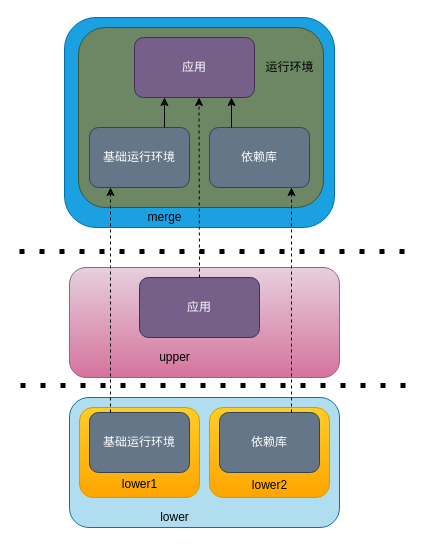
This is page "第 3 页" (3 of 3) of appcomparch.drawio from Doorer/draw.io-1, a draw.io file, before an edit. Source tidied: cells renumbered, new cells numbered last; positions are measured from the earlier drawing's top-left corner, leaving out a move shared by most shapes. Both pictures are drawn from the tidied source at 100%, with x=0, y=0 at pixel (19, 17).
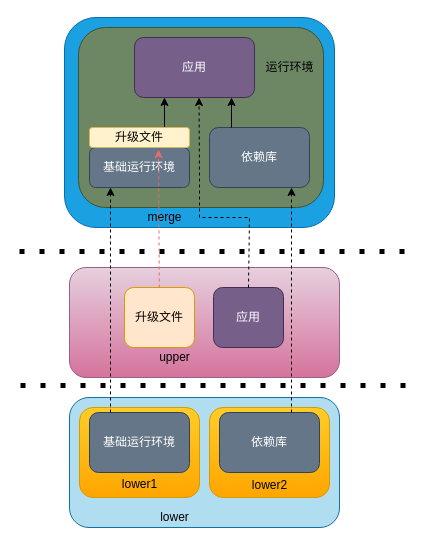
Above is the later version.

Change to the diagram source:
```diff
@@
     <mxCell id="11" value="应用" style="rounded=1;whiteSpace=wrap;html=1;fillColor=#76608a;fontColor=#ffffff;strokeColor=#432D57;" parent="1" vertex="1">
-      <mxGeometry x="120" y="260" width="120" height="60" as="geometry" />
+      <mxGeometry x="194" y="270" width="70" height="60" as="geometry" />
     </mxCell>
@@
     <mxCell id="17" value="基础运行环境" style="rounded=1;whiteSpace=wrap;html=1;fillColor=#647687;fontColor=#ffffff;strokeColor=#314354;" parent="1" vertex="1">
-      <mxGeometry x="70" y="110" width="100" height="60" as="geometry" />
+      <mxGeometry x="70" y="130" width="100" height="40" as="geometry" />
     </mxCell>
@@
-    <mxCell id="19" style="endArrow=classic;html=1;rounded=0;exitX=0.75;exitY=0;exitDx=0;exitDy=0;" parent="1" edge="1" source="17">
+    <mxCell id="19" style="endArrow=classic;html=1;rounded=0;" parent="1" edge="1">
       <mxGeometry relative="1" as="geometry">
+        <mxPoint x="145" y="110" as="sourcePoint" />
         <mxPoint x="145" y="80" as="targetPoint" />
       </mxGeometry>
     </mxCell>
-    <mxCell id="20" style="endArrow=classic;html=1;rounded=0;dashed=1;" parent="1" edge="1">
+    <mxCell id="20" style="endArrow=classic;html=1;rounded=0;dashed=1;exitX=0.5;exitY=0;exitDx=0;exitDy=0;" parent="1" edge="1" source="11">
       <mxGeometry relative="1" as="geometry">
-        <mxPoint x="180" y="260" as="sourcePoint" />
         <mxPoint x="179.5" y="80" as="targetPoint" />
+        <Array as="points">
+          <mxPoint x="230" y="200" />
+          <mxPoint x="180" y="200" />
+          <mxPoint x="180" y="160" />
+        </Array>
       </mxGeometry>
     </mxCell>
@@
+    <mxCell id="27" value="升级文件" style="rounded=1;whiteSpace=wrap;html=1;fillColor=#ffe6cc;strokeColor=#d79b00;" parent="1" vertex="1">
+      <mxGeometry x="105" y="270" width="70" height="60" as="geometry" />
+    </mxCell>
+    <mxCell id="28" value="升级文件" style="rounded=1;whiteSpace=wrap;html=1;fillColor=#fff2cc;strokeColor=#d6b656;" parent="1" vertex="1">
+      <mxGeometry x="70" y="110" width="100" height="20" as="geometry" />
+    </mxCell>
+    <mxCell id="29" style="endArrow=classic;html=1;rounded=0;dashed=1;entryX=0.69;entryY=1.1;entryDx=0;entryDy=0;entryPerimeter=0;strokeColor=#EA6B66;" parent="1" edge="1" source="27" target="28">
+      <mxGeometry relative="1" as="geometry" />
+    </mxCell>
```
